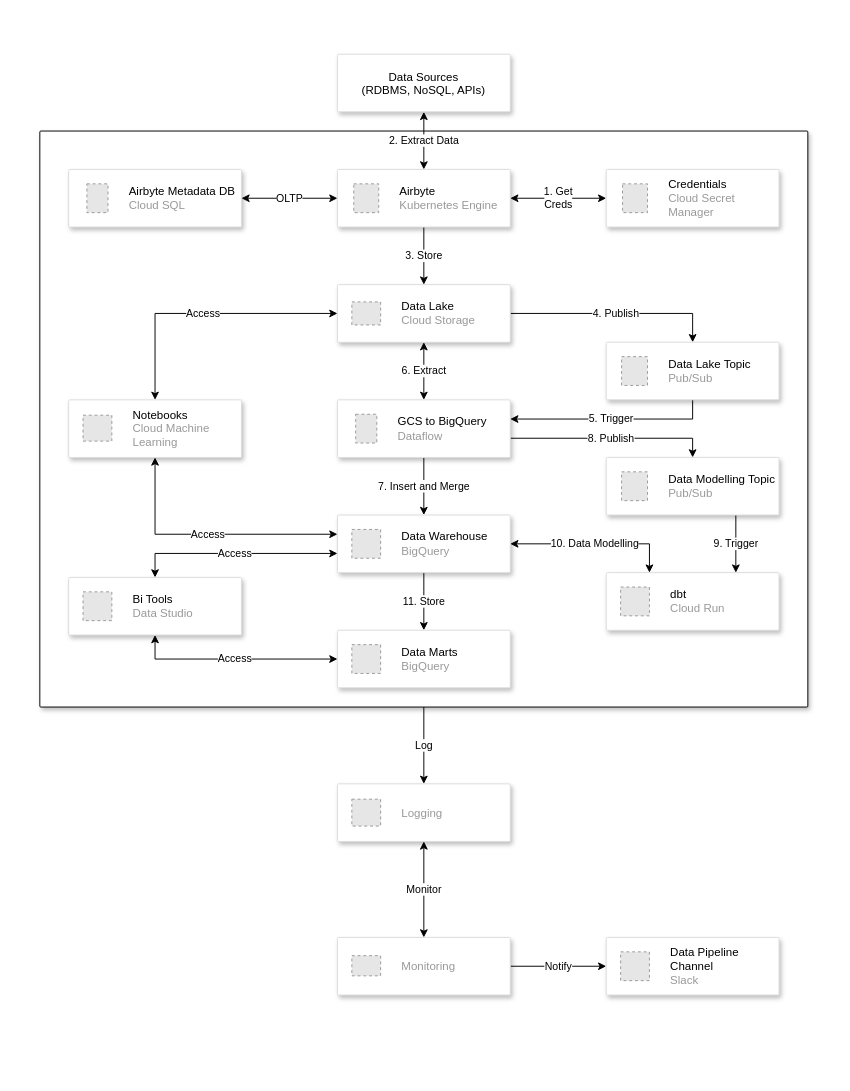
analytics-architecture/to-gcs-and-bigquery keeps this draw.io diagram as architecture.drawio. Above is the earlier version. Source tidied: cells renumbered, new cells numbered last; positions are measured from the earlier drawing's top-left corner, leaving out a move shared by most shapes. Both pictures are drawn from the tidied source at 96%, with x=0, y=0 at pixel (39, 54). Pictures stored in the file or linked from it are replaced by grey dashed boxes.
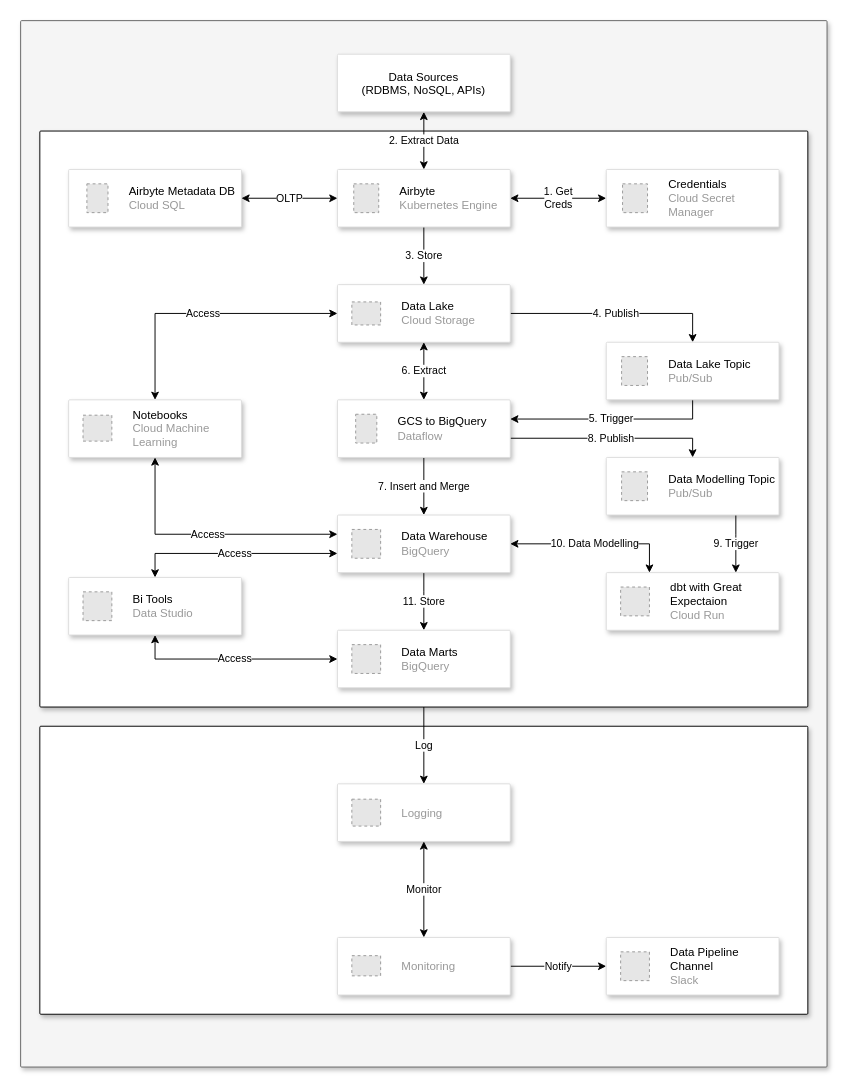
After the change.

Unchanged cells that the change refers to:
```xml
<mxCell id="19" style="strokeColor=#dddddd;shadow=1;strokeWidth=1;rounded=1;absoluteArcSize=1;arcSize=2;" parent="1" vertex="1">
  <mxGeometry x="590" y="540" width="180" height="60" as="geometry" />
</mxCell>
```

Change to the diagram source:
```diff
@@
+    <mxCell id="53" style="shadow=1;strokeWidth=1;rounded=1;absoluteArcSize=1;arcSize=2;fillColor=#f5f5f5;fontColor=#333333;strokeColor=#666666;" parent="1" vertex="1">
+      <mxGeometry x="-20" y="-35" width="840" height="1090" as="geometry" />
+    </mxCell>
+    <mxCell id="54" style="shadow=1;strokeWidth=1;rounded=1;absoluteArcSize=1;arcSize=2;" parent="1" vertex="1">
+      <mxGeometry y="700" width="800" height="300" as="geometry" />
+    </mxCell>
@@
-    <mxCell id="20" value="&lt;font color=&quot;#000000&quot;&gt;dbt&lt;/font&gt;&lt;br&gt;Cloud Run" style="fillColor=#E6E6E6;strokeColor=#999999;dashed=1;html=1;fontColor=#999999;verticalLabelPosition=middle;labelBackgroundColor=#ffffff;verticalAlign=middle;labelPosition=right;align=left;spacingLeft=20;" parent="19" vertex="1">
+    <mxCell id="20" value="&lt;font color=&quot;#000000&quot;&gt;dbt with Great&lt;br&gt;Expectaion&lt;/font&gt;&lt;br&gt;Cloud Run" style="fillColor=#E6E6E6;strokeColor=#999999;dashed=1;html=1;fontColor=#999999;verticalLabelPosition=middle;labelBackgroundColor=#ffffff;verticalAlign=middle;labelPosition=right;align=left;spacingLeft=20;" parent="19" vertex="1">
       <mxGeometry width="30" height="30" relative="1" as="geometry">
         <mxPoint x="15" y="15" as="offset" />
       </mxGeometry>
     </mxCell>
```
